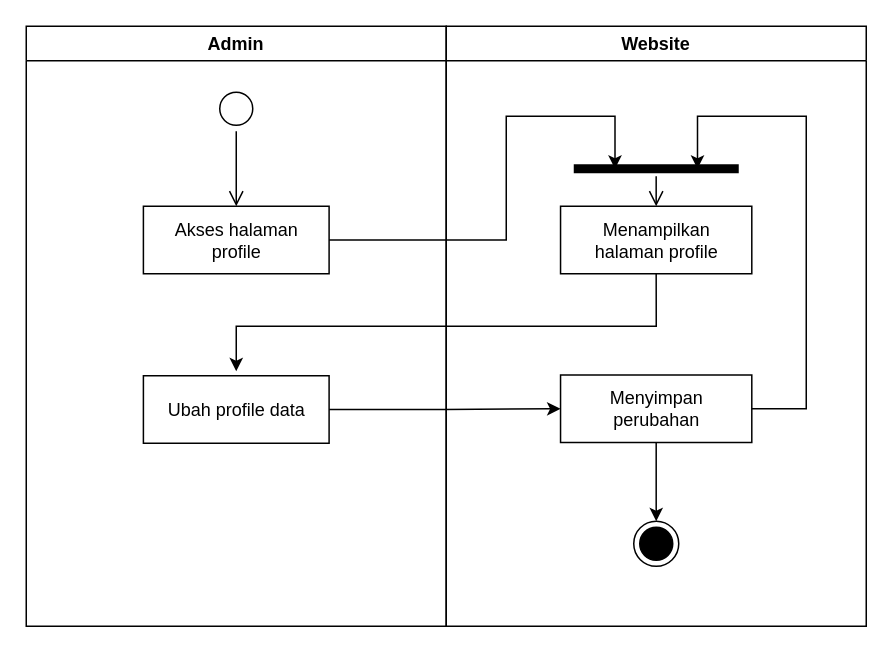
secondline16/ptsuryasafetynusantara keeps this draw.io diagram as Dokumen TA/Diagram/activity_diagram/admin/admin pengaturan akun.drawio. Above is the earlier version. Source tidied: cells renumbered, new cells numbered last; positions are measured from the earlier drawing's top-left corner, leaving out a move shared by most shapes. Both pictures are drawn from the tidied source at 150%, with x=0, y=0 at pixel (26, 26).
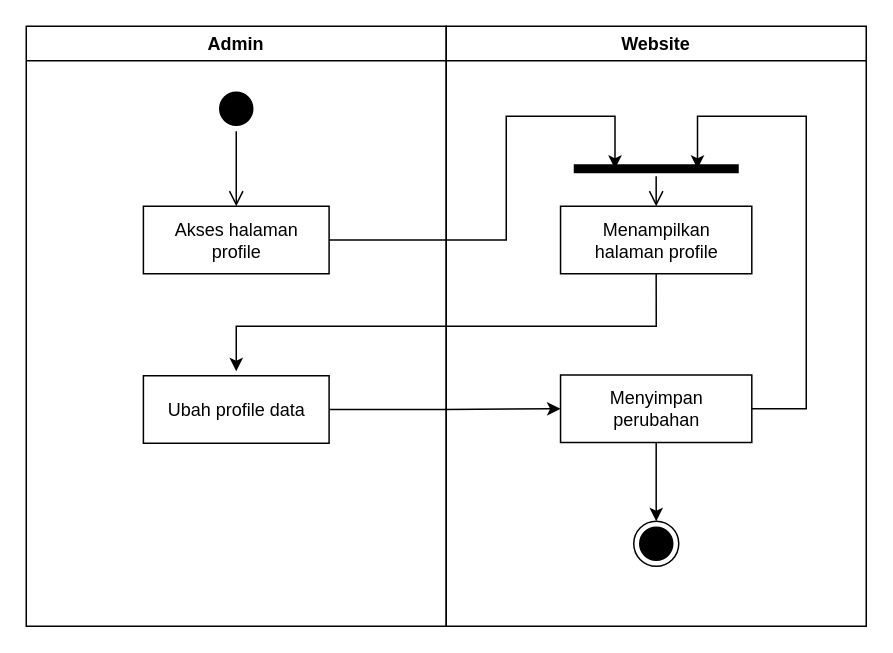
After the change.

Unchanged cells that the change refers to:
```xml
<mxCell id="10" value="Admin" style="swimlane;fillColor=none;startSize=23;" parent="1" vertex="1">
  <mxGeometry width="280" height="400" as="geometry" />
</mxCell>
```

Change to the diagram source:
```diff
@@
-    <mxCell id="11" style="ellipse;html=1;shape=startState;fillColor=default;strokeColor=#000000;" parent="10" vertex="1">
+    <mxCell id="11" style="ellipse;html=1;shape=startState;fillColor=#000000;strokeColor=#000000;" parent="10" vertex="1">
       <mxGeometry x="125" y="40" width="30" height="30" as="geometry" />
     </mxCell>
```
